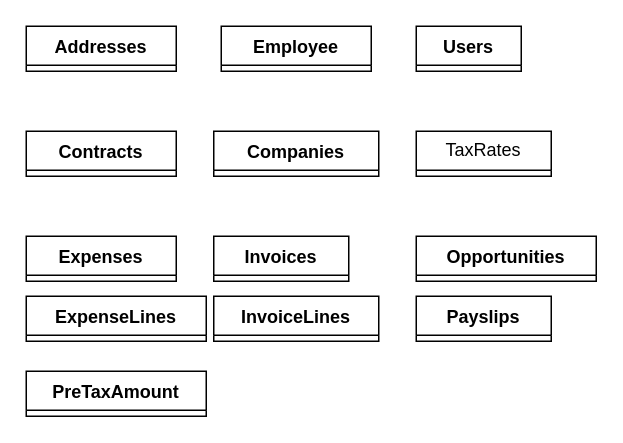
Above: Diagramme sans nom.drawio in Eaulmesse/upit_erp_dev (draw.io), before the change. Source tidied: cells renumbered, new cells numbered last; positions are measured from the earlier drawing's top-left corner, leaving out a move shared by most shapes. Both pictures are drawn from the tidied source at 150%, with x=0, y=0 at pixel (26, 26).
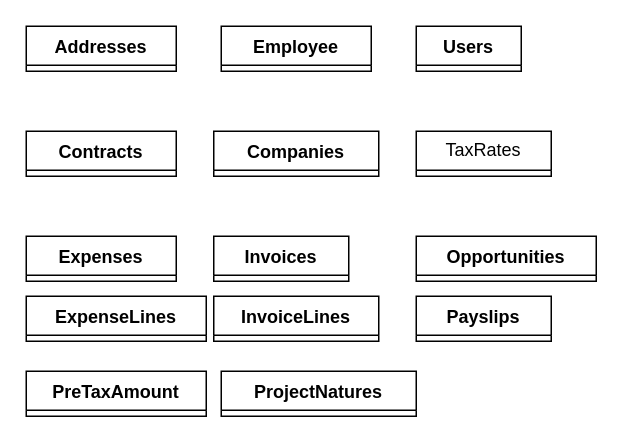
The same page after the edit.

Diff of the diagram source:
```diff
@@
 <mxGraphModel>
   <root>
     <mxCell id="0" />
     <mxCell id="1" parent="0" />
     <mxCell id="2" value="Companies" style="swimlane;fontStyle=1;align=center;verticalAlign=top;horizontal=1;startSize=26;whiteSpace=wrap;html=1;" parent="1" vertex="1" collapsed="1">
       <mxGeometry x="125" y="70" width="110" height="30" as="geometry" />
     </mxCell>
     <mxCell id="3" value="Addresses" style="swimlane;fontStyle=1;align=center;verticalAlign=top;horizontal=1;startSize=26;whiteSpace=wrap;html=1;" parent="1" vertex="1" collapsed="1">
       <mxGeometry width="100" height="30" as="geometry" />
     </mxCell>
     <mxCell id="4" value="Contracts" style="swimlane;fontStyle=1;align=center;verticalAlign=top;horizontal=1;startSize=26;whiteSpace=wrap;html=1;" parent="1" vertex="1" collapsed="1">
       <mxGeometry y="70" width="100" height="30" as="geometry" />
     </mxCell>
     <mxCell id="5" value="Employee" style="swimlane;fontStyle=1;align=center;verticalAlign=top;horizontal=1;startSize=26;whiteSpace=wrap;html=1;" parent="1" vertex="1" collapsed="1">
       <mxGeometry x="130" width="100" height="30" as="geometry" />
     </mxCell>
     <mxCell id="6" value="Users" style="swimlane;fontStyle=1;align=center;verticalAlign=top;horizontal=1;startSize=26;whiteSpace=wrap;html=1;" parent="1" vertex="1" collapsed="1">
       <mxGeometry x="260" width="70" height="30" as="geometry" />
     </mxCell>
     <mxCell id="7" value="TaxRates" style="swimlane;fontStyle=0;horizontal=1;startSize=26;fillColor=none;whiteSpace=wrap;html=1;" parent="1" vertex="1" collapsed="1">
       <mxGeometry x="260" y="70" width="90" height="30" as="geometry" />
     </mxCell>
     <mxCell id="8" value="Expenses" style="swimlane;fontStyle=1;align=center;verticalAlign=top;horizontal=1;startSize=26;whiteSpace=wrap;html=1;" parent="1" vertex="1" collapsed="1">
       <mxGeometry y="140" width="100" height="30" as="geometry" />
     </mxCell>
     <mxCell id="9" value="ExpenseLines" style="swimlane;fontStyle=1;align=center;verticalAlign=top;horizontal=1;startSize=26;whiteSpace=wrap;html=1;" parent="1" vertex="1" collapsed="1">
       <mxGeometry y="180" width="120" height="30" as="geometry" />
     </mxCell>
     <mxCell id="10" value="Invoices" style="swimlane;fontStyle=1;align=center;verticalAlign=top;horizontal=1;startSize=26;whiteSpace=wrap;html=1;" parent="1" vertex="1" collapsed="1">
       <mxGeometry x="125" y="140" width="90" height="30" as="geometry" />
     </mxCell>
     <mxCell id="11" value="InvoiceLines" style="swimlane;fontStyle=1;align=center;verticalAlign=top;horizontal=1;startSize=26;whiteSpace=wrap;html=1;" parent="1" vertex="1" collapsed="1">
       <mxGeometry x="125" y="180" width="110" height="30" as="geometry" />
     </mxCell>
     <mxCell id="12" value="Opportunities" style="swimlane;fontStyle=1;align=center;verticalAlign=top;horizontal=1;startSize=26;whiteSpace=wrap;html=1;" parent="1" vertex="1" collapsed="1">
       <mxGeometry x="260" y="140" width="120" height="30" as="geometry" />
     </mxCell>
     <mxCell id="13" value="Payslips" style="swimlane;fontStyle=1;align=center;verticalAlign=top;horizontal=1;startSize=26;whiteSpace=wrap;html=1;" parent="1" vertex="1" collapsed="1">
       <mxGeometry x="260" y="180" width="90" height="30" as="geometry" />
     </mxCell>
     <mxCell id="14" value="PreTaxAmount" style="swimlane;fontStyle=1;align=center;verticalAlign=top;horizontal=1;startSize=26;whiteSpace=wrap;html=1;" parent="1" vertex="1" collapsed="1">
       <mxGeometry y="230" width="120" height="30" as="geometry" />
     </mxCell>
+    <mxCell id="15" value="ProjectNatures" style="swimlane;fontStyle=1;align=center;verticalAlign=top;horizontal=1;startSize=26;whiteSpace=wrap;html=1;" parent="1" vertex="1" collapsed="1">
+      <mxGeometry x="130" y="230" width="130" height="30" as="geometry" />
+    </mxCell>
   </root>
 </mxGraphModel>
```
